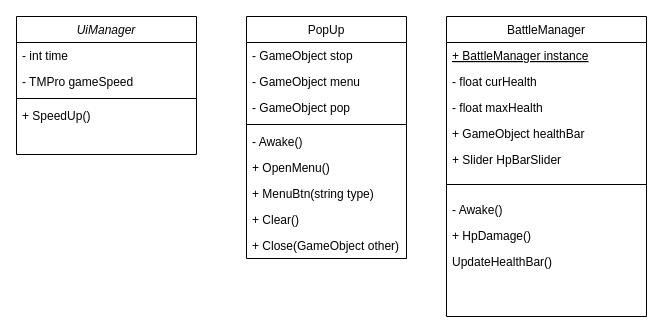
This is page "UI" (1 of 3) of Project_CSD.drawio from YJU-Capstone-Design/Capstone-Design, a draw.io file, before an edit. Source tidied: cells renumbered, new cells numbered last; positions are measured from the earlier drawing's top-left corner, leaving out a move shared by most shapes. Both pictures are drawn from the tidied source at 100%, with x=0, y=0 at pixel (16, 16).
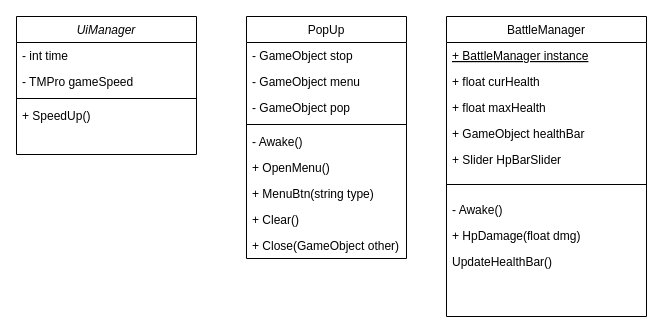
The same diagram, later.

Unchanged cells that the change refers to:
```xml
<mxCell id="7" value="BattleManager" style="swimlane;fontStyle=0;align=center;verticalAlign=top;horizontal=1;startSize=26;rounded=0;shadow=0;strokeWidth=1;" parent="1" vertex="1">
  <mxGeometry x="430" width="200" height="300" as="geometry" />
</mxCell>
```

The edit, as a diff of the source:
```diff
@@
-    <mxCell id="9" value="- float curHealth" style="text;align=left;verticalAlign=top;spacingLeft=4;spacingRight=4;overflow=hidden;fontStyle=0;" parent="7" vertex="1">
+    <mxCell id="9" value="+ float curHealth" style="text;align=left;verticalAlign=top;spacingLeft=4;spacingRight=4;overflow=hidden;fontStyle=0;" parent="7" vertex="1">
       <mxGeometry y="52" width="200" height="26" as="geometry" />
     </mxCell>
-    <mxCell id="10" value="- float maxHealth" style="text;align=left;verticalAlign=top;spacingLeft=4;spacingRight=4;overflow=hidden;fontStyle=0;" parent="7" vertex="1">
+    <mxCell id="10" value="+ float maxHealth" style="text;align=left;verticalAlign=top;spacingLeft=4;spacingRight=4;overflow=hidden;fontStyle=0;" parent="7" vertex="1">
       <mxGeometry y="78" width="200" height="26" as="geometry" />
     </mxCell>
@@
-    <mxCell id="15" value="+ HpDamage()" style="text;align=left;verticalAlign=top;spacingLeft=4;spacingRight=4;overflow=hidden;fontStyle=0;" parent="7" vertex="1">
+    <mxCell id="15" value="+ HpDamage(float dmg)" style="text;align=left;verticalAlign=top;spacingLeft=4;spacingRight=4;overflow=hidden;fontStyle=0;" parent="7" vertex="1">
       <mxGeometry y="206" width="200" height="26" as="geometry" />
     </mxCell>
```
